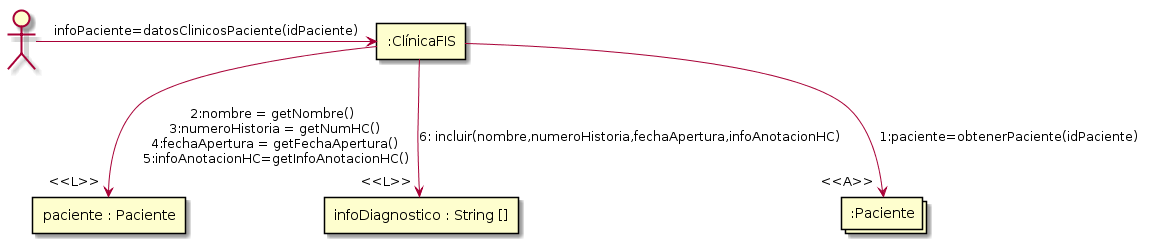
The PlantUML diagram P4/datosClinicosPaciente.png in Ludvins/DGIIM_FIS, before a commit.
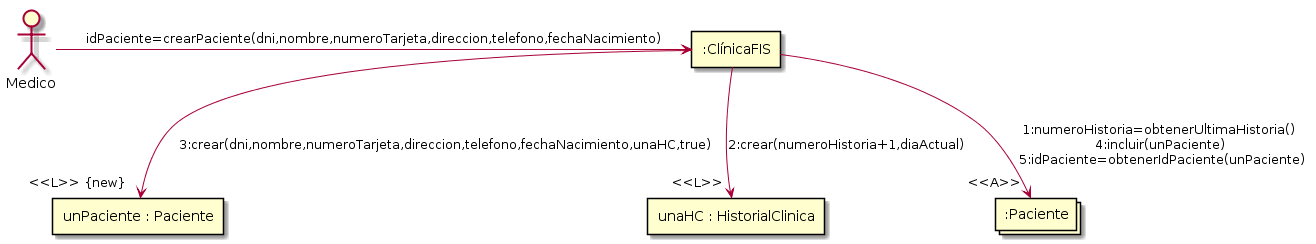
The same diagram one commit later.

Diff of the diagram source:
```diff
@@ -1,14 +1,15 @@
 @startuml
 
 rectangle ":ClínicaFIS" as FIS
-rectangle "paciente : Paciente" as paciente
-rectangle "infoDiagnostico : String []" as info
+rectangle "unPaciente : Paciente" as unPaci
+rectangle "unaHC : HistorialClinica" as histo
+
 collections ":Paciente" as Paci
 
-: : -> FIS : "infoPaciente=datosClinicosPaciente(idPaciente)"
+:Medico: -> FIS : "idPaciente=crearPaciente(dni,nombre,numeroTarjeta,direccion,telefono,fechaNacimiento)"
 
-FIS -down-> "<<A>>" Paci : "1:paciente=obtenerPaciente(idPaciente)"
-FIS -down-> "<<L>>" paciente : 2:nombre = getNombre() \n 3:numeroHistoria = getNumHC() \n 4:fechaApertura = getFechaApertura() \n 5:infoAnotacionHC=getInfoAnotacionHC()
-FIS -down-> "<<L>>" info : "6: incluir(nombre,numeroHistoria,fechaApertura,infoAnotacionHC)"
+FIS -down-> "<<A>>" Paci : 1:numeroHistoria=obtenerUltimaHistoria() \n 4:incluir(unPaciente) \n 5:idPaciente=obtenerIdPaciente(unPaciente)
+FIS -down-> "<<L>>" histo : 2:crear(numeroHistoria+1,diaActual)
+FIS -down-> "<<L>> {new}" unPaci : 3:crear(dni,nombre,numeroTarjeta,direccion,telefono,fechaNacimiento,unaHC,true)
 
 @enduml
```
